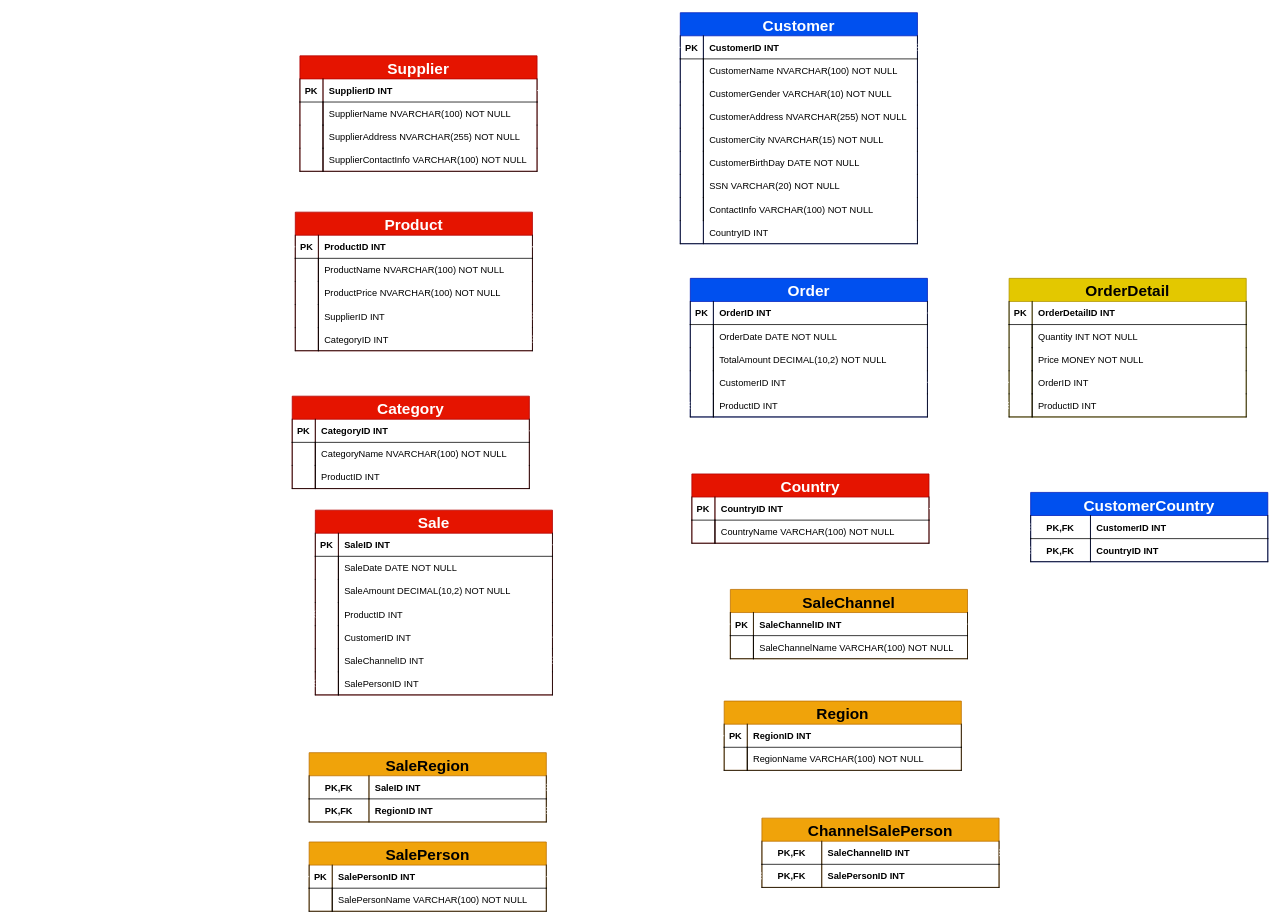
Earlier version of the draw.io diagram 04DrawIO/Sales.drawio (KristoferFangrat/ExamAssignment). Source tidied: cells renumbered, new cells numbered last; positions are measured from the earlier drawing's top-left corner, leaving out a move shared by most shapes. Both pictures are drawn from the tidied source at 77%, with x=0, y=0 at pixel (292, 12).
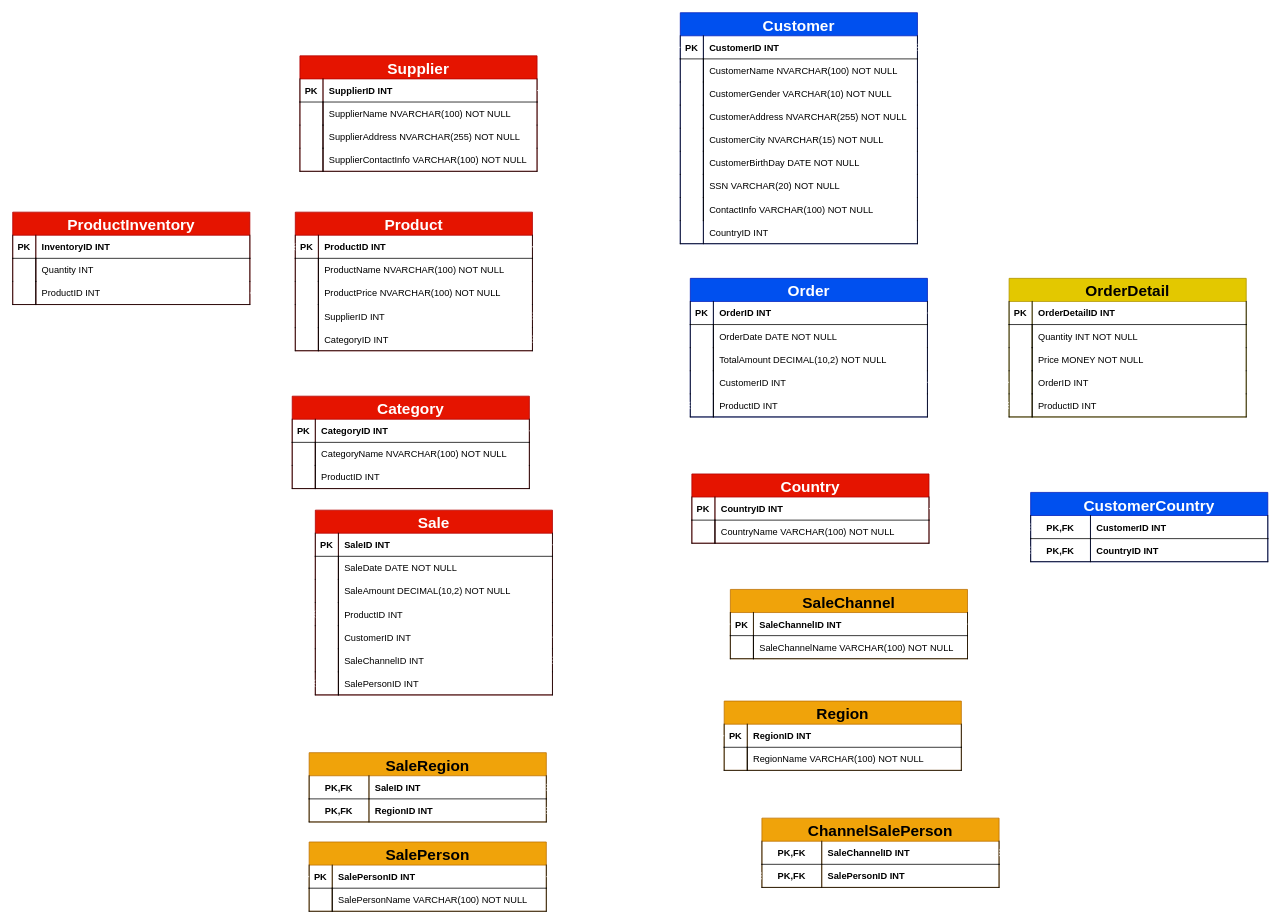
After the change.

The change refers to these unchanged cells:
```xml
<mxCell id="44" style="shape=tableRow;horizontal=0;startSize=0;swimlaneHead=0;swimlaneBody=0;fillColor=none;points=[[0,0.5],[1,0.5]];portConstraint=eastwest;top=0;left=0;right=0;bottom=1;sketch=0;hachureGap=4;jiggle=2;curveFitting=1;fontFamily=Architects Daughter;fontSize=20;" parent="43" vertex="1">
  <mxGeometry y="30" width="308" height="30" as="geometry" />
</mxCell>
```

Change to the diagram source:
```diff
@@
+    <mxCell id="188" value="ProductInventory" style="shape=table;startSize=30;childLayout=tableLayout;rowLines=0;fontStyle=1;align=center;sketch=0;hachureGap=4;jiggle=2;curveFitting=1;fontFamily=Helvetica;fontSize=20;swimlaneLine=1;rounded=0;fillColor=#e51400;fontColor=#ffffff;strokeColor=#B20000;" parent="1" vertex="1">
+      <mxGeometry x="-363" y="259" width="308" height="120" as="geometry" />
+    </mxCell>
+    <mxCell id="189" style="shape=tableRow;horizontal=0;startSize=0;swimlaneHead=0;swimlaneBody=0;fillColor=none;top=0;left=0;right=0;bottom=1;sketch=0;hachureGap=4;jiggle=2;curveFitting=1;fontFamily=Architects Daughter;fontSize=20;" parent="188" vertex="1">
+      <mxGeometry y="30" width="308" height="30" as="geometry" />
+    </mxCell>
+    <mxCell id="190" value="PK" style="shape=partialRectangle;fillColor=none;top=0;left=1;bottom=0;right=0;fontStyle=1;overflow=hidden;sketch=0;hachureGap=4;jiggle=2;curveFitting=1;fontFamily=Helvetica;fontSize=12;" parent="189" vertex="1">
+      <mxGeometry width="30" height="30" as="geometry" />
+    </mxCell>
+    <mxCell id="191" value="InventoryID INT" style="shape=partialRectangle;fillColor=none;top=0;left=1;bottom=0;right=1;align=left;spacingLeft=6;fontStyle=1;overflow=hidden;sketch=0;hachureGap=4;jiggle=2;curveFitting=1;fontFamily=Helvetica;fontSize=12;" parent="189" vertex="1">
+      <mxGeometry x="30" width="278" height="30" as="geometry" />
+    </mxCell>
+    <mxCell id="192" style="shape=tableRow;horizontal=0;startSize=0;swimlaneHead=0;swimlaneBody=0;fillColor=none;top=0;left=0;right=0;bottom=0;sketch=0;hachureGap=4;jiggle=2;curveFitting=1;fontFamily=Architects Daughter;fontSize=20;" parent="188" vertex="1">
+      <mxGeometry y="60" width="308" height="30" as="geometry" />
+    </mxCell>
+    <mxCell id="193" style="shape=partialRectangle;fillColor=none;top=0;left=1;bottom=0;right=1;overflow=hidden;sketch=0;hachureGap=4;jiggle=2;curveFitting=1;fontFamily=Helvetica;fontSize=20;" parent="192" vertex="1">
+      <mxGeometry width="30" height="30" as="geometry" />
+    </mxCell>
+    <mxCell id="194" value="Quantity INT" style="shape=partialRectangle;fillColor=none;top=0;left=1;bottom=0;right=1;align=left;spacingLeft=6;overflow=hidden;sketch=0;hachureGap=4;jiggle=2;curveFitting=1;fontFamily=Helvetica;fontSize=12;" parent="192" vertex="1">
+      <mxGeometry x="30" width="278" height="30" as="geometry" />
+    </mxCell>
+    <mxCell id="195" style="shape=tableRow;horizontal=0;startSize=0;swimlaneHead=0;swimlaneBody=0;fillColor=none;points=[[0,0.5],[1,0.5]];portConstraint=eastwest;top=0;left=0;right=0;bottom=1;sketch=0;hachureGap=4;jiggle=2;curveFitting=1;fontFamily=Architects Daughter;fontSize=20;" parent="188" vertex="1">
+      <mxGeometry y="90" width="308" height="30" as="geometry" />
+    </mxCell>
+    <mxCell id="196" style="shape=partialRectangle;fillColor=none;top=0;left=1;bottom=0;right=1;overflow=hidden;sketch=0;hachureGap=4;jiggle=2;curveFitting=1;fontFamily=Helvetica;fontSize=20;" parent="195" vertex="1">
+      <mxGeometry width="30" height="30" as="geometry" />
+    </mxCell>
+    <mxCell id="197" value="ProductID INT" style="shape=partialRectangle;fillColor=none;top=0;left=1;bottom=0;right=1;align=left;spacingLeft=6;overflow=hidden;sketch=0;hachureGap=4;jiggle=2;curveFitting=1;fontFamily=Helvetica;fontSize=12;" parent="195" vertex="1">
+      <mxGeometry x="30" width="278" height="30" as="geometry" />
+    </mxCell>
+    <mxCell id="198" style="edgeStyle=orthogonalEdgeStyle;shape=connector;rounded=0;sketch=0;hachureGap=4;jiggle=2;curveFitting=1;html=1;exitX=1;exitY=0.5;exitDx=0;exitDy=0;labelBackgroundColor=default;strokeColor=#FFFFFF;fontFamily=Architects Daughter;fontSize=16;fontColor=default;startArrow=ERone;startFill=0;endArrow=ERmany;endFill=0;" parent="1" edge="1" source="195" target="44">
+      <mxGeometry relative="1" as="geometry">
+        <Array as="points">
+          <mxPoint x="-6" y="364" />
+          <mxPoint x="-6" y="304" />
+        </Array>
+      </mxGeometry>
+    </mxCell>
```
